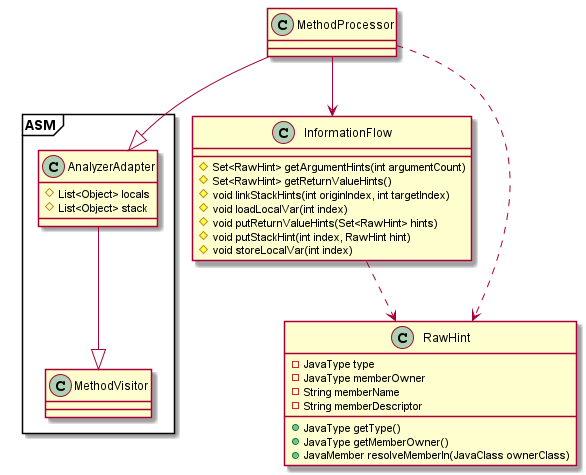
Earlier version of the PlantUML export figure/extension/MethodProcessor2.png (MarcusRandevik/SecArchUnit).
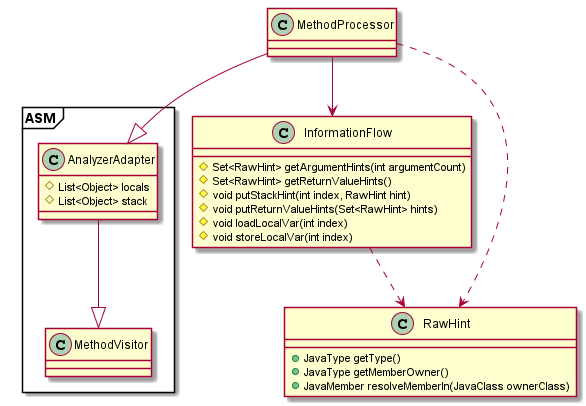
Later version of the same file.

What changed in the source:
```diff
@@ -20,20 +20,15 @@
 class InformationFlow {
     # Set<RawHint> getArgumentHints(int argumentCount)
     # Set<RawHint> getReturnValueHints()
-    # void linkStackHints(int originIndex, int targetIndex)
+    # void putStackHint(int index, RawHint hint)
+    # void putReturnValueHints(Set<RawHint> hints)
     # void loadLocalVar(int index)
-    # void putReturnValueHints(Set<RawHint> hints)
-    # void putStackHint(int index, RawHint hint)
     # void storeLocalVar(int index)
 }
 
 MethodProcessor --> InformationFlow
 
 class RawHint {
-    - JavaType type
-    - JavaType memberOwner
-    - String memberName
-    - String memberDescriptor
     + JavaType getType()
     + JavaType getMemberOwner()
     + JavaMember resolveMemberIn(JavaClass ownerClass)
```
